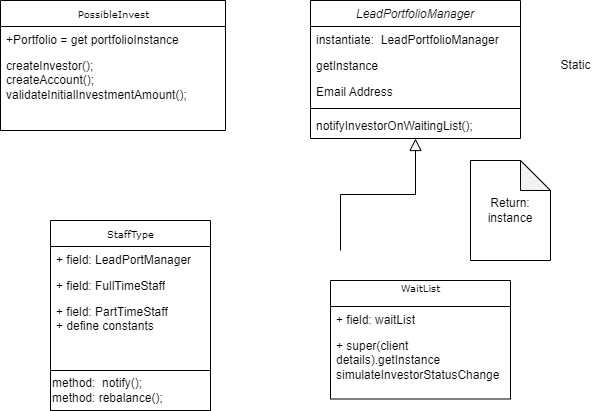
Earlier version of the draw.io export Singleton Diagram.drawio.png (jimmyjazz31/CSSFinalProject). Source tidied: cells renumbered, new cells last; positions are measured from the earlier drawing's top-left corner, leaving out a move shared by most shapes.
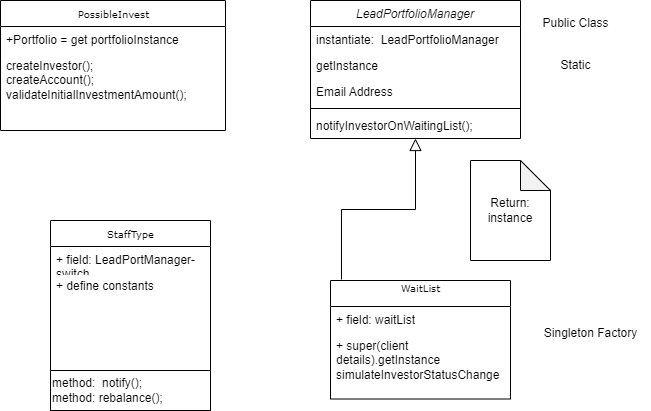
Later version of the same file.

Diff of the diagram source:
```diff
@@ -20,10 +20,8 @@
     <mxCell id="7" value="notifyInvestorOnWaitingList();" style="text;align=left;verticalAlign=top;spacingLeft=4;spacingRight=4;overflow=hidden;" parent="2" vertex="1">
       <mxGeometry y="112" width="210" height="26" as="geometry" />
     </mxCell>
-    <mxCell id="8" style="endArrow=block;endSize=10;endFill=0;shadow=0;strokeWidth=1;rounded=0;curved=0;edgeStyle=elbowEdgeStyle;elbow=vertical;" parent="1" edge="1" target="2">
-      <mxGeometry relative="1" as="geometry">
-        <mxPoint x="340" y="250" as="sourcePoint" />
-      </mxGeometry>
+    <mxCell id="8" style="endArrow=block;endSize=10;endFill=0;shadow=0;strokeWidth=1;rounded=0;curved=0;edgeStyle=elbowEdgeStyle;elbow=vertical;exitX=0.061;exitY=-0.008;exitDx=0;exitDy=0;exitPerimeter=0;" parent="1" edge="1" source="19" target="2">
+      <mxGeometry relative="1" as="geometry" />
     </mxCell>
     <mxCell id="9" value="PossibleInvest" style="swimlane;html=1;fontStyle=0;horizontal=1;startSize=26;fillColor=none;swimlaneFillColor=#ffffff;rounded=0;shadow=0;comic=0;labelBackgroundColor=none;strokeWidth=1;fontFamily=Verdana;fontSize=10;align=center;" parent="1" vertex="1">
       <mxGeometry width="225" height="130" as="geometry" />
@@ -43,14 +41,11 @@
     <mxCell id="14" value="StaffType" style="swimlane;html=1;fontStyle=0;horizontal=1;startSize=26;fillColor=none;swimlaneFillColor=#ffffff;rounded=0;shadow=0;comic=0;labelBackgroundColor=none;strokeWidth=1;fontFamily=Verdana;fontSize=10;align=center;" parent="1" vertex="1">
       <mxGeometry x="50" y="220" width="160" height="150" as="geometry" />
     </mxCell>
-    <mxCell id="15" value="+ field: LeadPortManager" style="text;html=1;strokeColor=none;fillColor=none;align=left;verticalAlign=top;spacingLeft=4;spacingRight=4;whiteSpace=wrap;overflow=hidden;" parent="14" vertex="1">
+    <mxCell id="15" value="+ field: LeadPortManager- switch" style="text;html=1;strokeColor=none;fillColor=none;align=left;verticalAlign=top;spacingLeft=4;spacingRight=4;whiteSpace=wrap;overflow=hidden;" parent="14" vertex="1">
       <mxGeometry y="26" width="160" height="26" as="geometry" />
     </mxCell>
-    <mxCell id="16" value="+ field: FullTimeStaff" style="text;html=1;strokeColor=none;fillColor=none;align=left;verticalAlign=top;spacingLeft=4;spacingRight=4;whiteSpace=wrap;overflow=hidden;" parent="14" vertex="1">
-      <mxGeometry y="52" width="160" height="26" as="geometry" />
-    </mxCell>
-    <mxCell id="17" value="+ field: PartTimeStaff&lt;div&gt;+ define constants&amp;nbsp;&lt;/div&gt;" style="text;html=1;strokeColor=none;fillColor=none;align=left;verticalAlign=top;spacingLeft=4;spacingRight=4;whiteSpace=wrap;overflow=hidden;" parent="14" vertex="1">
-      <mxGeometry y="78" width="160" height="42" as="geometry" />
+    <mxCell id="17" value="&lt;div&gt;+ define constants&amp;nbsp;&lt;/div&gt;" style="text;html=1;strokeColor=none;fillColor=none;align=left;verticalAlign=top;spacingLeft=4;spacingRight=4;whiteSpace=wrap;overflow=hidden;" parent="14" vertex="1">
+      <mxGeometry y="52" width="160" height="42" as="geometry" />
     </mxCell>
     <mxCell id="18" value="method:&amp;nbsp; notify();&lt;div&gt;method: rebalance();&lt;/div&gt;" style="rounded=0;whiteSpace=wrap;html=1;align=left;" parent="1" vertex="1">
       <mxGeometry x="50" y="370" width="160" height="40" as="geometry" />
@@ -64,5 +59,11 @@
     <mxCell id="21" value="+ super(client details).getInstance&amp;nbsp;&lt;div&gt;simulateInvestorStatusChange&lt;/div&gt;" style="text;html=1;strokeColor=none;fillColor=none;align=left;verticalAlign=top;spacingLeft=4;spacingRight=4;whiteSpace=wrap;overflow=hidden;" parent="19" vertex="1">
       <mxGeometry y="52" width="180" height="58" as="geometry" />
     </mxCell>
+    <mxCell id="22" value="Public Class" style="text;html=1;align=center;verticalAlign=middle;strokeColor=none;fillColor=none;" parent="1" vertex="1">
+      <mxGeometry x="530" y="8" width="90" height="30" as="geometry" />
+    </mxCell>
+    <mxCell id="23" value="Singleton Factory" style="text;html=1;align=center;verticalAlign=middle;strokeColor=none;fillColor=none;" parent="1" vertex="1">
+      <mxGeometry x="530" y="318" width="120" height="30" as="geometry" />
+    </mxCell>
   </root>
 </mxGraphModel>
```
